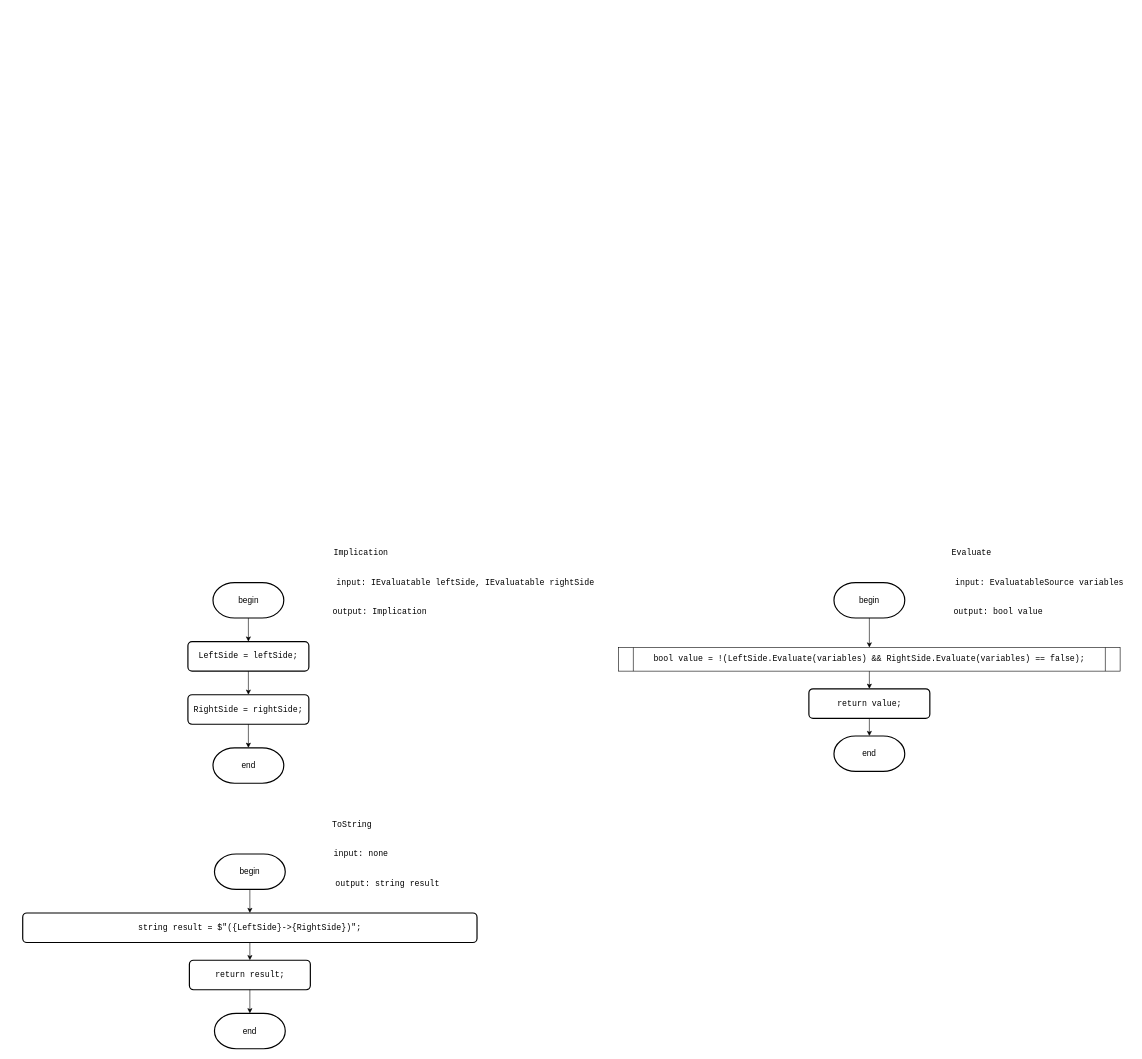
Earlier version of the draw.io diagram Diagrams/implication.drawio (slavikovics/FictionalVariables). Source tidied: cells renumbered, new cells numbered last; positions are measured from the earlier drawing's top-left corner, leaving out a move shared by most shapes. Both pictures are drawn from the tidied source at 59%, with x=0, y=0 at pixel (22, 535).
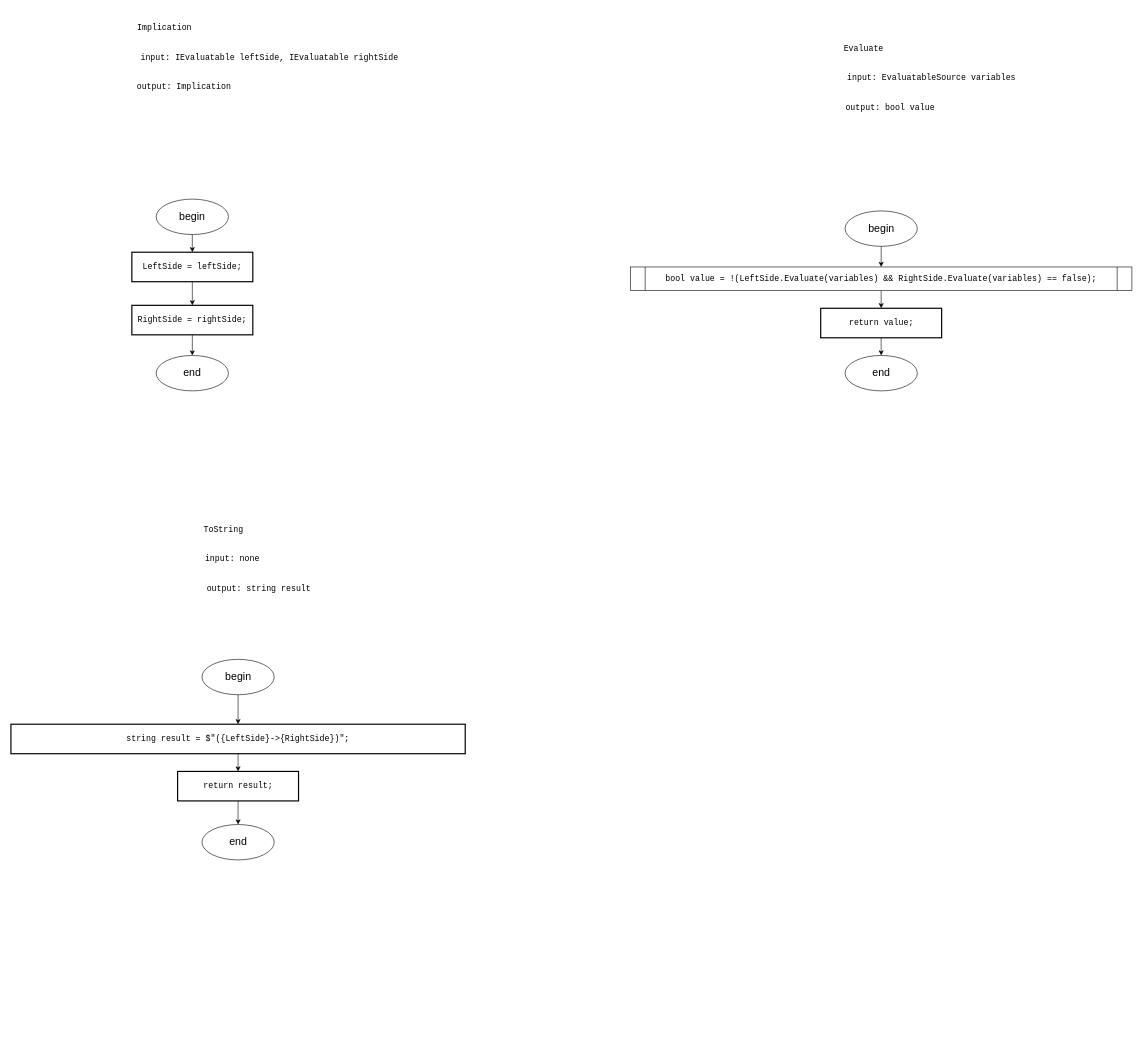
The same page after the edit.

The edit, as a diff of the source:
```diff
@@
     <mxCell id="2" value="&lt;pre style=&quot;font-family: &amp;quot;JetBrains Mono&amp;quot;, monospace;&quot;&gt;&lt;div style=&quot;&quot;&gt;&lt;pre style=&quot;font-family: &amp;quot;JetBrains Mono&amp;quot;, monospace;&quot;&gt;Implication&lt;/pre&gt;&lt;/div&gt;&lt;/pre&gt;" style="text;html=1;align=center;verticalAlign=middle;strokeColor=none;fillColor=none;fontSize=14;labelBackgroundColor=none;fontColor=#000000;" parent="1" vertex="1">
-      <mxGeometry x="517.5" width="110" height="60" as="geometry" />
+      <mxGeometry x="185" y="-890" width="110" height="60" as="geometry" />
     </mxCell>
-    <mxCell id="3" style="edgeStyle=orthogonalEdgeStyle;rounded=0;jettySize=auto;html=1;exitX=0.5;exitY=1;exitDx=0;exitDy=0;exitPerimeter=0;entryX=0.5;entryY=0;entryDx=0;entryDy=0;fontSize=14;labelBackgroundColor=none;fontColor=#000000;" parent="1" edge="1" source="4" target="6">
-      <mxGeometry relative="1" as="geometry" />
-    </mxCell>
-    <mxCell id="4" value="begin" style="strokeWidth=2;html=1;shape=mxgraph.flowchart.terminator;whiteSpace=wrap;fontSize=14;labelBackgroundColor=none;fontColor=#000000;" parent="1" vertex="1">
-      <mxGeometry x="322.5" y="80" width="120" height="60" as="geometry" />
-    </mxCell>
@@
-    <mxCell id="6" value="&lt;div style=&quot;&quot;&gt;&lt;pre style=&quot;font-family: &amp;quot;JetBrains Mono&amp;quot;, monospace;&quot;&gt;LeftSide = &lt;span style=&quot;&quot;&gt;leftSide&lt;/span&gt;;&lt;/pre&gt;&lt;/div&gt;" style="rounded=1;whiteSpace=wrap;html=1;absoluteArcSize=1;arcSize=14;strokeWidth=2;fontSize=14;labelBackgroundColor=none;fontColor=#000000;" parent="1" vertex="1">
-      <mxGeometry x="280" y="180" width="205" height="50" as="geometry" />
+    <mxCell id="6" value="&lt;div style=&quot;&quot;&gt;&lt;pre style=&quot;font-family: &amp;quot;JetBrains Mono&amp;quot;, monospace;&quot;&gt;LeftSide = &lt;span style=&quot;&quot;&gt;leftSide&lt;/span&gt;;&lt;/pre&gt;&lt;/div&gt;" style="rounded=0;whiteSpace=wrap;html=1;absoluteArcSize=1;arcSize=14;strokeWidth=2;fontSize=14;labelBackgroundColor=none;fontColor=#000000;" parent="1" vertex="1">
+      <mxGeometry x="185" y="-480" width="205" height="50" as="geometry" />
     </mxCell>
+    <mxCell id="32" style="edgeStyle=orthogonalEdgeStyle;rounded=0;jettySize=auto;html=1;exitX=0.5;exitY=1;exitDx=0;exitDy=0;entryX=0.5;entryY=0;entryDx=0;entryDy=0;" parent="1" edge="1" source="7" target="37">
+      <mxGeometry relative="1" as="geometry" />
+    </mxCell>
-    <mxCell id="7" value="&lt;div style=&quot;&quot;&gt;&lt;pre style=&quot;font-family: &amp;quot;JetBrains Mono&amp;quot;, monospace;&quot;&gt;&lt;div&gt;&lt;pre style=&quot;font-family: &amp;quot;JetBrains Mono&amp;quot;, monospace;&quot;&gt;RightSide = &lt;span style=&quot;&quot;&gt;rightSide&lt;/span&gt;;&lt;/pre&gt;&lt;/div&gt;&lt;/pre&gt;&lt;/div&gt;" style="rounded=1;whiteSpace=wrap;html=1;absoluteArcSize=1;arcSize=14;strokeWidth=2;fontSize=14;labelBackgroundColor=none;fontColor=#000000;" parent="1" vertex="1">
-      <mxGeometry x="280" y="270" width="205" height="50" as="geometry" />
+    <mxCell id="7" value="&lt;div style=&quot;&quot;&gt;&lt;pre style=&quot;font-family: &amp;quot;JetBrains Mono&amp;quot;, monospace;&quot;&gt;&lt;div&gt;&lt;pre style=&quot;font-family: &amp;quot;JetBrains Mono&amp;quot;, monospace;&quot;&gt;RightSide = &lt;span style=&quot;&quot;&gt;rightSide&lt;/span&gt;;&lt;/pre&gt;&lt;/div&gt;&lt;/pre&gt;&lt;/div&gt;" style="rounded=0;whiteSpace=wrap;html=1;absoluteArcSize=1;arcSize=14;strokeWidth=2;fontSize=14;labelBackgroundColor=none;fontColor=#000000;" parent="1" vertex="1">
+      <mxGeometry x="185" y="-390" width="205" height="50" as="geometry" />
     </mxCell>
     <mxCell id="8" value="&lt;pre style=&quot;font-family: &amp;quot;JetBrains Mono&amp;quot;, monospace;&quot;&gt;input: IEvaluatable leftSide, IEvaluatable rightSide&lt;/pre&gt;" style="text;html=1;align=center;verticalAlign=middle;strokeColor=none;fillColor=none;fontSize=14;labelBackgroundColor=none;fontColor=#000000;" parent="1" vertex="1">
-      <mxGeometry x="540" y="50" width="420" height="60" as="geometry" />
+      <mxGeometry x="207.5" y="-840" width="420" height="60" as="geometry" />
     </mxCell>
     <mxCell id="9" value="&lt;pre style=&quot;font-family: &amp;quot;JetBrains Mono&amp;quot;, monospace;&quot;&gt;output: Implication&lt;/pre&gt;" style="text;html=1;align=center;verticalAlign=middle;strokeColor=none;fillColor=none;fontSize=14;labelBackgroundColor=none;fontColor=#000000;" parent="1" vertex="1">
-      <mxGeometry x="520" y="100" width="170" height="60" as="geometry" />
+      <mxGeometry x="187.5" y="-790" width="170" height="60" as="geometry" />
     </mxCell>
-    <mxCell id="10" value="end" style="strokeWidth=2;html=1;shape=mxgraph.flowchart.terminator;whiteSpace=wrap;fontSize=14;labelBackgroundColor=none;fontColor=#000000;" parent="1" vertex="1">
-      <mxGeometry x="322.5" y="360" width="120" height="60" as="geometry" />
-    </mxCell>
-    <mxCell id="11" style="edgeStyle=orthogonalEdgeStyle;rounded=0;jettySize=auto;html=1;exitX=0.5;exitY=1;exitDx=0;exitDy=0;entryX=0.5;entryY=0;entryDx=0;entryDy=0;entryPerimeter=0;fontSize=14;labelBackgroundColor=none;fontColor=#000000;" parent="1" edge="1" source="7" target="10">
-      <mxGeometry relative="1" as="geometry" />
-    </mxCell>
     <mxCell id="12" value="&lt;pre style=&quot;font-family: &amp;quot;JetBrains Mono&amp;quot;, monospace;&quot;&gt;Evaluate&lt;/pre&gt;" style="text;html=1;align=center;verticalAlign=middle;strokeColor=none;fillColor=none;fontSize=14;labelBackgroundColor=none;fontColor=#000000;" parent="1" vertex="1">
-      <mxGeometry x="1562.5" width="90" height="60" as="geometry" />
+      <mxGeometry x="1380" y="-855" width="90" height="60" as="geometry" />
     </mxCell>
-    <mxCell id="13" style="edgeStyle=orthogonalEdgeStyle;rounded=0;jettySize=auto;html=1;exitX=0.5;exitY=1;exitDx=0;exitDy=0;exitPerimeter=0;entryX=0.5;entryY=0;entryDx=0;entryDy=0;fontSize=14;labelBackgroundColor=none;fontColor=#000000;" parent="1" edge="1" source="14" target="27">
-      <mxGeometry relative="1" as="geometry" />
-    </mxCell>
-    <mxCell id="14" value="begin" style="strokeWidth=2;html=1;shape=mxgraph.flowchart.terminator;whiteSpace=wrap;fontSize=14;labelBackgroundColor=none;fontColor=#000000;" parent="1" vertex="1">
-      <mxGeometry x="1375" y="80" width="120" height="60" as="geometry" />
-    </mxCell>
     <mxCell id="15" value="&lt;pre style=&quot;font-family: &amp;quot;JetBrains Mono&amp;quot;, monospace;&quot;&gt;input: EvaluatableSource variables&lt;/pre&gt;" style="text;html=1;align=center;verticalAlign=middle;strokeColor=none;fillColor=none;fontSize=14;labelBackgroundColor=none;fontColor=#000000;" parent="1" vertex="1">
-      <mxGeometry x="1577.5" y="50" width="290" height="60" as="geometry" />
+      <mxGeometry x="1395" y="-805" width="290" height="60" as="geometry" />
     </mxCell>
     <mxCell id="16" value="&lt;pre style=&quot;font-family: &amp;quot;JetBrains Mono&amp;quot;, monospace;&quot;&gt;output: bool value&lt;/pre&gt;" style="text;html=1;align=center;verticalAlign=middle;strokeColor=none;fillColor=none;fontSize=14;labelBackgroundColor=none;fontColor=#000000;" parent="1" vertex="1">
-      <mxGeometry x="1572.5" y="100" width="160" height="60" as="geometry" />
+      <mxGeometry x="1390" y="-755" width="160" height="60" as="geometry" />
     </mxCell>
-    <mxCell id="17" value="end" style="strokeWidth=2;html=1;shape=mxgraph.flowchart.terminator;whiteSpace=wrap;fontSize=14;labelBackgroundColor=none;fontColor=#000000;" parent="1" vertex="1">
-      <mxGeometry x="1375" y="340" width="120" height="60" as="geometry" />
-    </mxCell>
     <mxCell id="18" value="&lt;pre style=&quot;font-family: &amp;quot;JetBrains Mono&amp;quot;, monospace;&quot;&gt;ToString&lt;/pre&gt;" style="text;html=1;align=center;verticalAlign=middle;strokeColor=none;fillColor=none;fontSize=14;labelBackgroundColor=none;fontColor=#000000;" parent="1" vertex="1">
-      <mxGeometry x="512.5" y="460" width="90" height="60" as="geometry" />
+      <mxGeometry x="295" y="-40" width="90" height="60" as="geometry" />
     </mxCell>
-    <mxCell id="19" style="edgeStyle=orthogonalEdgeStyle;rounded=0;jettySize=auto;html=1;exitX=0.5;exitY=1;exitDx=0;exitDy=0;exitPerimeter=0;entryX=0.5;entryY=0;entryDx=0;entryDy=0;fontSize=14;labelBackgroundColor=none;fontColor=#000000;" parent="1" edge="1" source="20" target="22">
-      <mxGeometry relative="1" as="geometry" />
-    </mxCell>
-    <mxCell id="20" value="begin" style="strokeWidth=2;html=1;shape=mxgraph.flowchart.terminator;whiteSpace=wrap;fontSize=14;labelBackgroundColor=none;fontColor=#000000;" parent="1" vertex="1">
-      <mxGeometry x="325" y="540" width="120" height="60" as="geometry" />
-    </mxCell>
@@
-    <mxCell id="22" value="&lt;div style=&quot;&quot;&gt;&lt;pre style=&quot;font-family: &amp;quot;JetBrains Mono&amp;quot;, monospace;&quot;&gt;&lt;pre style=&quot;font-family: &amp;quot;JetBrains Mono&amp;quot;, monospace;&quot;&gt;&lt;pre style=&quot;font-family: &amp;quot;JetBrains Mono&amp;quot;, monospace;&quot;&gt;&lt;pre style=&quot;font-family: &amp;quot;JetBrains Mono&amp;quot;, monospace;&quot;&gt;&lt;pre style=&quot;font-family: &amp;quot;JetBrains Mono&amp;quot;, monospace;&quot;&gt;&lt;div&gt;&lt;pre style=&quot;font-family: &amp;quot;JetBrains Mono&amp;quot;, monospace;&quot;&gt;&lt;span style=&quot;&quot;&gt;string &lt;/span&gt;result = &lt;span style=&quot;&quot;&gt;$&quot;(&lt;/span&gt;{LeftSide}&lt;span style=&quot;&quot;&gt;-&amp;gt;&lt;/span&gt;{RightSide}&lt;span style=&quot;&quot;&gt;)&quot;&lt;/span&gt;;&lt;/pre&gt;&lt;/div&gt;&lt;/pre&gt;&lt;/pre&gt;&lt;/pre&gt;&lt;/pre&gt;&lt;/pre&gt;&lt;/div&gt;" style="rounded=1;whiteSpace=wrap;html=1;absoluteArcSize=1;arcSize=14;strokeWidth=2;fontSize=14;labelBackgroundColor=none;fontColor=#000000;" parent="1" vertex="1">
-      <mxGeometry y="640" width="770" height="50" as="geometry" />
+    <mxCell id="22" value="&lt;div style=&quot;&quot;&gt;&lt;pre style=&quot;font-family: &amp;quot;JetBrains Mono&amp;quot;, monospace;&quot;&gt;&lt;pre style=&quot;font-family: &amp;quot;JetBrains Mono&amp;quot;, monospace;&quot;&gt;&lt;pre style=&quot;font-family: &amp;quot;JetBrains Mono&amp;quot;, monospace;&quot;&gt;&lt;pre style=&quot;font-family: &amp;quot;JetBrains Mono&amp;quot;, monospace;&quot;&gt;&lt;pre style=&quot;font-family: &amp;quot;JetBrains Mono&amp;quot;, monospace;&quot;&gt;&lt;div&gt;&lt;pre style=&quot;font-family: &amp;quot;JetBrains Mono&amp;quot;, monospace;&quot;&gt;&lt;span style=&quot;&quot;&gt;string &lt;/span&gt;result = &lt;span style=&quot;&quot;&gt;$&quot;(&lt;/span&gt;{LeftSide}&lt;span style=&quot;&quot;&gt;-&amp;gt;&lt;/span&gt;{RightSide}&lt;span style=&quot;&quot;&gt;)&quot;&lt;/span&gt;;&lt;/pre&gt;&lt;/div&gt;&lt;/pre&gt;&lt;/pre&gt;&lt;/pre&gt;&lt;/pre&gt;&lt;/pre&gt;&lt;/div&gt;" style="rounded=0;whiteSpace=wrap;html=1;absoluteArcSize=1;arcSize=14;strokeWidth=2;fontSize=14;labelBackgroundColor=none;fontColor=#000000;" parent="1" vertex="1">
+      <mxGeometry x="-20" y="320" width="770" height="50" as="geometry" />
     </mxCell>
     <mxCell id="23" value="&lt;pre style=&quot;font-family: &amp;quot;JetBrains Mono&amp;quot;, monospace;&quot;&gt;input: none&lt;/pre&gt;" style="text;html=1;align=center;verticalAlign=middle;strokeColor=none;fillColor=none;fontSize=14;labelBackgroundColor=none;fontColor=#000000;" parent="1" vertex="1">
-      <mxGeometry x="517.5" y="510" width="110" height="60" as="geometry" />
+      <mxGeometry x="300" y="10" width="110" height="60" as="geometry" />
     </mxCell>
     <mxCell id="24" value="&lt;pre style=&quot;font-family: &amp;quot;JetBrains Mono&amp;quot;, monospace;&quot;&gt;output: string result&lt;/pre&gt;" style="text;html=1;align=center;verticalAlign=middle;strokeColor=none;fillColor=none;fontSize=14;labelBackgroundColor=none;fontColor=#000000;" parent="1" vertex="1">
-      <mxGeometry x="522.5" y="560" width="190" height="60" as="geometry" />
+      <mxGeometry x="305" y="60" width="190" height="60" as="geometry" />
     </mxCell>
-    <mxCell id="25" value="end" style="strokeWidth=2;html=1;shape=mxgraph.flowchart.terminator;whiteSpace=wrap;fontSize=14;labelBackgroundColor=none;fontColor=#000000;" parent="1" vertex="1">
-      <mxGeometry x="325" y="810" width="120" height="60" as="geometry" />
-    </mxCell>
@@
     <mxCell id="27" value="&lt;pre style=&quot;font-family: &amp;quot;JetBrains Mono&amp;quot;, monospace;&quot;&gt;&lt;span style=&quot;&quot;&gt;bool &lt;/span&gt;&lt;span style=&quot;&quot;&gt;value &lt;/span&gt;= !(LeftSide.&lt;span style=&quot;&quot;&gt;Evaluate&lt;/span&gt;(&lt;span style=&quot;&quot;&gt;variables&lt;/span&gt;) &amp;amp;&amp;amp; RightSide.&lt;span style=&quot;&quot;&gt;Evaluate&lt;/span&gt;(&lt;span style=&quot;&quot;&gt;variables&lt;/span&gt;) == &lt;span style=&quot;&quot;&gt;false&lt;/span&gt;);&lt;/pre&gt;" style="shape=process;whiteSpace=wrap;html=1;backgroundOutline=1;size=0.0297029702970297;fontSize=14;labelBackgroundColor=none;fontColor=#000000;" parent="1" vertex="1">
-      <mxGeometry x="1010" y="190" width="850" height="40" as="geometry" />
+      <mxGeometry x="1030" y="-455" width="850" height="40" as="geometry" />
     </mxCell>
+    <mxCell id="33" style="edgeStyle=orthogonalEdgeStyle;rounded=0;jettySize=auto;html=1;exitX=0.5;exitY=1;exitDx=0;exitDy=0;entryX=0.5;entryY=0;entryDx=0;entryDy=0;" parent="1" edge="1" source="28" target="40">
+      <mxGeometry relative="1" as="geometry" />
+    </mxCell>
-    <mxCell id="28" value="&lt;div style=&quot;&quot;&gt;&lt;pre style=&quot;font-family: &amp;quot;JetBrains Mono&amp;quot;, monospace;&quot;&gt;&lt;div&gt;&lt;pre style=&quot;font-family: &amp;quot;JetBrains Mono&amp;quot;, monospace;&quot;&gt;&lt;span style=&quot;&quot;&gt;return &lt;/span&gt;result;&lt;/pre&gt;&lt;/div&gt;&lt;/pre&gt;&lt;/div&gt;" style="rounded=1;whiteSpace=wrap;html=1;absoluteArcSize=1;arcSize=14;strokeWidth=2;fontSize=14;labelBackgroundColor=none;fontColor=#000000;" parent="1" vertex="1">
-      <mxGeometry x="282.5" y="720" width="205" height="50" as="geometry" />
+    <mxCell id="28" value="&lt;div style=&quot;&quot;&gt;&lt;pre style=&quot;font-family: &amp;quot;JetBrains Mono&amp;quot;, monospace;&quot;&gt;&lt;div&gt;&lt;pre style=&quot;font-family: &amp;quot;JetBrains Mono&amp;quot;, monospace;&quot;&gt;&lt;span style=&quot;&quot;&gt;return &lt;/span&gt;result;&lt;/pre&gt;&lt;/div&gt;&lt;/pre&gt;&lt;/div&gt;" style="rounded=0;whiteSpace=wrap;html=1;absoluteArcSize=1;arcSize=14;strokeWidth=2;fontSize=14;labelBackgroundColor=none;fontColor=#000000;" parent="1" vertex="1">
+      <mxGeometry x="262.5" y="400" width="205" height="50" as="geometry" />
     </mxCell>
-    <mxCell id="29" style="edgeStyle=orthogonalEdgeStyle;rounded=0;jettySize=auto;html=1;exitX=0.5;exitY=1;exitDx=0;exitDy=0;entryX=0.5;entryY=0;entryDx=0;entryDy=0;entryPerimeter=0;fontSize=14;labelBackgroundColor=none;fontColor=#000000;" parent="1" edge="1" source="28" target="25">
-      <mxGeometry relative="1" as="geometry" />
-    </mxCell>
+    <mxCell id="34" style="edgeStyle=orthogonalEdgeStyle;rounded=0;jettySize=auto;html=1;exitX=0.5;exitY=1;exitDx=0;exitDy=0;" parent="1" edge="1" source="30" target="43">
+      <mxGeometry relative="1" as="geometry" />
+    </mxCell>
-    <mxCell id="30" value="&lt;div style=&quot;&quot;&gt;&lt;pre style=&quot;font-family: &amp;quot;JetBrains Mono&amp;quot;, monospace;&quot;&gt;&lt;pre style=&quot;font-family: &amp;quot;JetBrains Mono&amp;quot;, monospace;&quot;&gt;&lt;div&gt;&lt;pre style=&quot;font-family: &amp;quot;JetBrains Mono&amp;quot;, monospace;&quot;&gt;&lt;span style=&quot;&quot;&gt;return &lt;/span&gt;value;&lt;/pre&gt;&lt;/div&gt;&lt;/pre&gt;&lt;/pre&gt;&lt;/div&gt;" style="rounded=1;whiteSpace=wrap;html=1;absoluteArcSize=1;arcSize=14;strokeWidth=2;fontSize=14;labelBackgroundColor=none;fontColor=#000000;" parent="1" vertex="1">
-      <mxGeometry x="1332.5" y="260" width="205" height="50" as="geometry" />
+    <mxCell id="30" value="&lt;div style=&quot;&quot;&gt;&lt;pre style=&quot;font-family: &amp;quot;JetBrains Mono&amp;quot;, monospace;&quot;&gt;&lt;pre style=&quot;font-family: &amp;quot;JetBrains Mono&amp;quot;, monospace;&quot;&gt;&lt;div&gt;&lt;pre style=&quot;font-family: &amp;quot;JetBrains Mono&amp;quot;, monospace;&quot;&gt;&lt;span style=&quot;&quot;&gt;return &lt;/span&gt;value;&lt;/pre&gt;&lt;/div&gt;&lt;/pre&gt;&lt;/pre&gt;&lt;/div&gt;" style="rounded=0;whiteSpace=wrap;html=1;absoluteArcSize=1;arcSize=14;strokeWidth=2;fontSize=14;labelBackgroundColor=none;fontColor=#000000;" parent="1" vertex="1">
+      <mxGeometry x="1352.5" y="-385" width="205" height="50" as="geometry" />
     </mxCell>
-    <mxCell id="31" style="edgeStyle=orthogonalEdgeStyle;rounded=0;jettySize=auto;html=1;exitX=0.5;exitY=1;exitDx=0;exitDy=0;entryX=0.5;entryY=0;entryDx=0;entryDy=0;entryPerimeter=0;fontSize=14;labelBackgroundColor=none;fontColor=#000000;" parent="1" edge="1" source="30" target="17">
-      <mxGeometry relative="1" as="geometry" />
-    </mxCell>
+    <mxCell id="35" style="edgeStyle=orthogonalEdgeStyle;rounded=0;jettySize=auto;html=1;exitX=0.5;exitY=1;exitDx=0;exitDy=0;entryX=0.5;entryY=0;entryDx=0;entryDy=0;" parent="1" edge="1" source="36" target="6">
+      <mxGeometry relative="1" as="geometry" />
+    </mxCell>
+    <mxCell id="36" value="&lt;font style=&quot;font-size: 18px;&quot;&gt;begin&lt;/font&gt;" style="ellipse;whiteSpace=wrap;html=1;" parent="1" vertex="1">
+      <mxGeometry x="226.2" y="-570" width="122.5" height="60" as="geometry" />
+    </mxCell>
+    <mxCell id="37" value="&lt;font style=&quot;font-size: 18px;&quot;&gt;end&lt;/font&gt;" style="ellipse;whiteSpace=wrap;html=1;" parent="1" vertex="1">
+      <mxGeometry x="226.2" y="-305" width="122.5" height="60" as="geometry" />
+    </mxCell>
+    <mxCell id="38" style="edgeStyle=orthogonalEdgeStyle;rounded=0;jettySize=auto;html=1;exitX=0.5;exitY=1;exitDx=0;exitDy=0;entryX=0.5;entryY=0;entryDx=0;entryDy=0;" parent="1" edge="1" source="39" target="22">
+      <mxGeometry relative="1" as="geometry" />
+    </mxCell>
+    <mxCell id="39" value="&lt;font style=&quot;font-size: 18px;&quot;&gt;begin&lt;/font&gt;" style="ellipse;whiteSpace=wrap;html=1;" parent="1" vertex="1">
+      <mxGeometry x="303.8" y="210" width="122.5" height="60" as="geometry" />
+    </mxCell>
+    <mxCell id="40" value="&lt;font style=&quot;font-size: 18px;&quot;&gt;end&lt;/font&gt;" style="ellipse;whiteSpace=wrap;html=1;" parent="1" vertex="1">
+      <mxGeometry x="303.8" y="490" width="122.5" height="60" as="geometry" />
+    </mxCell>
+    <mxCell id="41" style="edgeStyle=orthogonalEdgeStyle;rounded=0;jettySize=auto;html=1;exitX=0.5;exitY=1;exitDx=0;exitDy=0;entryX=0.5;entryY=0;entryDx=0;entryDy=0;" parent="1" edge="1" source="42" target="27">
+      <mxGeometry relative="1" as="geometry" />
+    </mxCell>
+    <mxCell id="42" value="&lt;font style=&quot;font-size: 18px;&quot;&gt;begin&lt;/font&gt;" style="ellipse;whiteSpace=wrap;html=1;" parent="1" vertex="1">
+      <mxGeometry x="1393.8" y="-550" width="122.5" height="60" as="geometry" />
+    </mxCell>
+    <mxCell id="43" value="&lt;font style=&quot;font-size: 18px;&quot;&gt;end&lt;/font&gt;" style="ellipse;whiteSpace=wrap;html=1;" parent="1" vertex="1">
+      <mxGeometry x="1393.8" y="-305" width="122.5" height="60" as="geometry" />
+    </mxCell>
```
